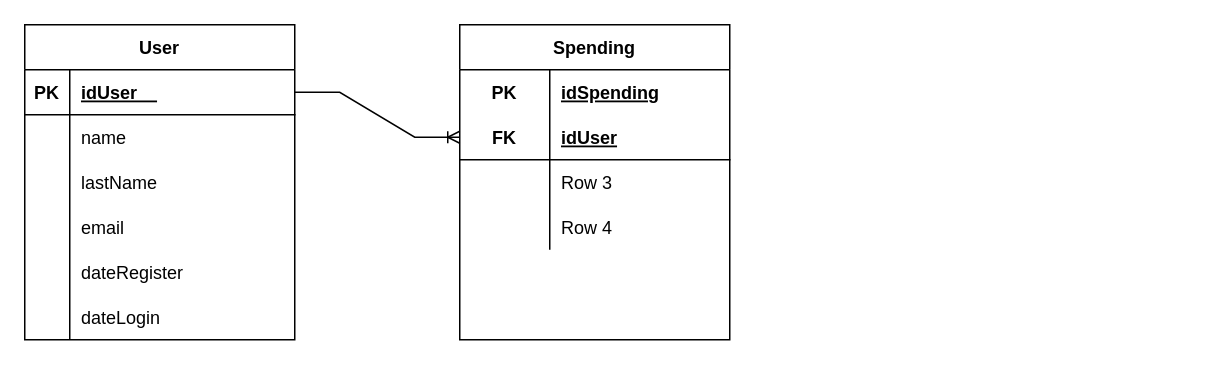
Wils0nDev/models_bd keeps this draw.io diagram as gastosbd/Untitled Diagram.drawio. Above is the earlier version. Source tidied: cells renumbered, new cells numbered last; positions are measured from the earlier drawing's top-left corner, leaving out a move shared by most shapes. Both pictures are drawn from the tidied source at 150%, with x=0, y=0 at pixel (24, 24).
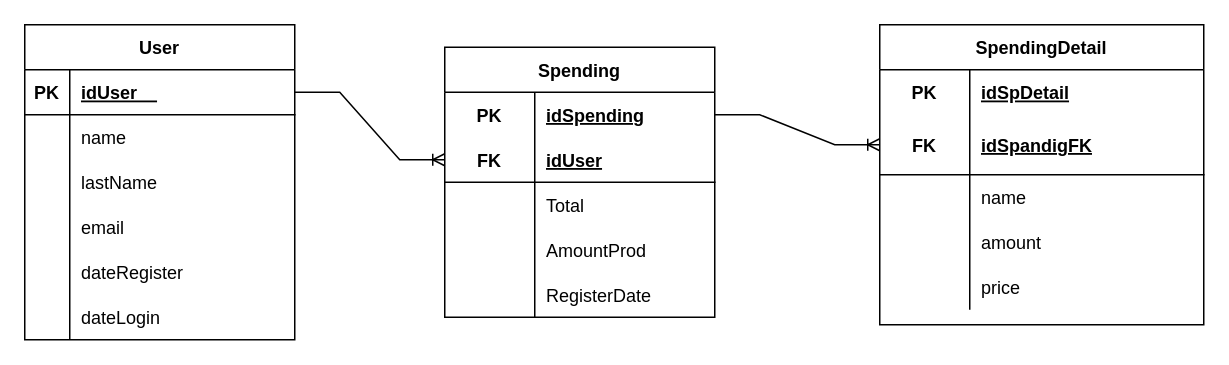
The same page after the edit.

The change refers to these unchanged cells:
```xml
<mxCell id="22" style="shape=tableRow;horizontal=0;startSize=0;swimlaneHead=0;swimlaneBody=0;fillColor=none;points=[[0,0.5],[1,0.5]];portConstraint=eastwest;top=0;left=0;right=0;bottom=0;" parent="21" vertex="1">
  <mxGeometry y="30" width="180" height="30" as="geometry" />
</mxCell>
<mxCell id="28" style="shape=tableRow;horizontal=0;startSize=0;swimlaneHead=0;swimlaneBody=0;fillColor=none;top=0;left=0;right=0;bottom=0;" parent="21" vertex="1">
  <mxGeometry y="90" width="180" height="30" as="geometry" />
</mxCell>
<mxCell id="31" style="shape=tableRow;horizontal=0;startSize=0;swimlaneHead=0;swimlaneBody=0;fillColor=none;top=0;left=0;right=0;bottom=0;" parent="21" vertex="1">
  <mxGeometry y="120" width="180" height="30" as="geometry" />
</mxCell>
```

Change to the diagram source:
```diff
@@
     <mxCell id="21" value="Spending" style="shape=table;startSize=30;childLayout=tableLayout;rowLines=0;fontStyle=1;align=center;" parent="1" vertex="1">
-      <mxGeometry x="290" width="180" height="210" as="geometry" />
+      <mxGeometry x="280" y="15" width="180" height="180" as="geometry" />
     </mxCell>
@@
-    <mxCell id="30" value="Row 3" style="shape=partialRectangle;fillColor=none;top=0;left=0;bottom=0;right=0;align=left;spacingLeft=6;overflow=hidden;" parent="28" vertex="1">
+    <mxCell id="30" value="Total" style="shape=partialRectangle;fillColor=none;top=0;left=0;bottom=0;right=0;align=left;spacingLeft=6;overflow=hidden;" parent="28" vertex="1">
       <mxGeometry x="60" width="120" height="30" as="geometry" />
     </mxCell>
@@
-    <mxCell id="33" value="Row 4" style="shape=partialRectangle;fillColor=none;top=0;left=0;bottom=0;right=0;align=left;spacingLeft=6;overflow=hidden;" parent="31" vertex="1">
+    <mxCell id="33" value="AmountProd" style="shape=partialRectangle;fillColor=none;top=0;left=0;bottom=0;right=0;align=left;spacingLeft=6;overflow=hidden;" parent="31" vertex="1">
       <mxGeometry x="60" width="120" height="30" as="geometry" />
     </mxCell>
+    <mxCell id="35" style="shape=tableRow;horizontal=0;startSize=0;swimlaneHead=0;swimlaneBody=0;fillColor=none;top=0;left=0;right=0;bottom=0;" parent="21" vertex="1">
+      <mxGeometry y="150" width="180" height="30" as="geometry" />
+    </mxCell>
+    <mxCell id="36" style="shape=partialRectangle;fillColor=none;top=0;left=0;bottom=0;right=0;overflow=hidden;" parent="35" vertex="1">
+      <mxGeometry width="60" height="30" as="geometry" />
+    </mxCell>
+    <mxCell id="37" value="RegisterDate" style="shape=partialRectangle;fillColor=none;top=0;left=0;bottom=0;right=0;align=left;spacingLeft=6;overflow=hidden;" parent="35" vertex="1">
+      <mxGeometry x="60" width="120" height="30" as="geometry" />
+    </mxCell>
@@
+    <mxCell id="38" value="SpendingDetail" style="shape=table;startSize=30;childLayout=tableLayout;rowLines=0;fontStyle=1;align=center;" parent="1" vertex="1">
+      <mxGeometry x="570" width="216" height="200" as="geometry" />
+    </mxCell>
+    <mxCell id="39" style="shape=tableRow;horizontal=0;startSize=0;swimlaneHead=0;swimlaneBody=0;fillColor=none;top=0;left=0;right=0;bottom=0;" parent="38" vertex="1">
+      <mxGeometry y="30" width="216" height="30" as="geometry" />
+    </mxCell>
+    <mxCell id="40" value="PK" style="shape=partialRectangle;fillColor=none;top=0;left=0;bottom=0;right=0;fontStyle=1;overflow=hidden;" parent="39" vertex="1">
+      <mxGeometry width="60" height="30" as="geometry" />
+    </mxCell>
+    <mxCell id="41" value="idSpDetail" style="shape=partialRectangle;fillColor=none;top=0;left=0;bottom=0;right=0;align=left;spacingLeft=6;fontStyle=5;overflow=hidden;" parent="39" vertex="1">
+      <mxGeometry x="60" width="156" height="30" as="geometry" />
+    </mxCell>
+    <mxCell id="42" style="shape=tableRow;horizontal=0;startSize=0;swimlaneHead=0;swimlaneBody=0;fillColor=none;points=[[0,0.5],[1,0.5]];portConstraint=eastwest;top=0;left=0;right=0;bottom=1;" parent="38" vertex="1">
+      <mxGeometry y="60" width="216" height="40" as="geometry" />
+    </mxCell>
+    <mxCell id="43" value="FK" style="shape=partialRectangle;fillColor=none;top=0;left=0;bottom=0;right=0;fontStyle=1;overflow=hidden;" parent="42" vertex="1">
+      <mxGeometry width="60" height="40" as="geometry" />
+    </mxCell>
+    <mxCell id="44" value="idSpandigFK" style="shape=partialRectangle;fillColor=none;top=0;left=0;bottom=0;right=0;align=left;spacingLeft=6;fontStyle=5;overflow=hidden;" parent="42" vertex="1">
+      <mxGeometry x="60" width="156" height="40" as="geometry" />
+    </mxCell>
+    <mxCell id="45" style="shape=tableRow;horizontal=0;startSize=0;swimlaneHead=0;swimlaneBody=0;fillColor=none;top=0;left=0;right=0;bottom=0;" parent="38" vertex="1">
+      <mxGeometry y="100" width="216" height="30" as="geometry" />
+    </mxCell>
+    <mxCell id="46" style="shape=partialRectangle;fillColor=none;top=0;left=0;bottom=0;right=0;overflow=hidden;" parent="45" vertex="1">
+      <mxGeometry width="60" height="30" as="geometry" />
+    </mxCell>
+    <mxCell id="47" value="name    " style="shape=partialRectangle;fillColor=none;top=0;left=0;bottom=0;right=0;align=left;spacingLeft=6;overflow=hidden;" parent="45" vertex="1">
+      <mxGeometry x="60" width="156" height="30" as="geometry" />
+    </mxCell>
+    <mxCell id="48" style="shape=tableRow;horizontal=0;startSize=0;swimlaneHead=0;swimlaneBody=0;fillColor=none;top=0;left=0;right=0;bottom=0;" parent="38" vertex="1">
+      <mxGeometry y="130" width="216" height="30" as="geometry" />
+    </mxCell>
+    <mxCell id="49" style="shape=partialRectangle;fillColor=none;top=0;left=0;bottom=0;right=0;overflow=hidden;" parent="48" vertex="1">
+      <mxGeometry width="60" height="30" as="geometry" />
+    </mxCell>
+    <mxCell id="50" value="amount    " style="shape=partialRectangle;fillColor=none;top=0;left=0;bottom=0;right=0;align=left;spacingLeft=6;overflow=hidden;" parent="48" vertex="1">
+      <mxGeometry x="60" width="156" height="30" as="geometry" />
+    </mxCell>
+    <mxCell id="51" style="shape=tableRow;horizontal=0;startSize=0;swimlaneHead=0;swimlaneBody=0;fillColor=none;top=0;left=0;right=0;bottom=0;" parent="38" vertex="1">
+      <mxGeometry y="160" width="216" height="30" as="geometry" />
+    </mxCell>
+    <mxCell id="52" style="shape=partialRectangle;fillColor=none;top=0;left=0;bottom=0;right=0;overflow=hidden;" parent="51" vertex="1">
+      <mxGeometry width="60" height="30" as="geometry" />
+    </mxCell>
+    <mxCell id="53" value="price" style="shape=partialRectangle;fillColor=none;top=0;left=0;bottom=0;right=0;align=left;spacingLeft=6;overflow=hidden;" parent="51" vertex="1">
+      <mxGeometry x="60" width="156" height="30" as="geometry" />
+    </mxCell>
+    <mxCell id="54" style="edgeStyle=entityRelationEdgeStyle;fontSize=12;html=1;endArrow=ERoneToMany;rounded=0;exitX=1;exitY=0.5;exitDx=0;exitDy=0;entryX=0;entryY=0.5;entryDx=0;entryDy=0;" parent="1" edge="1" source="22" target="42">
+      <mxGeometry relative="1" as="geometry" />
+    </mxCell>
```
